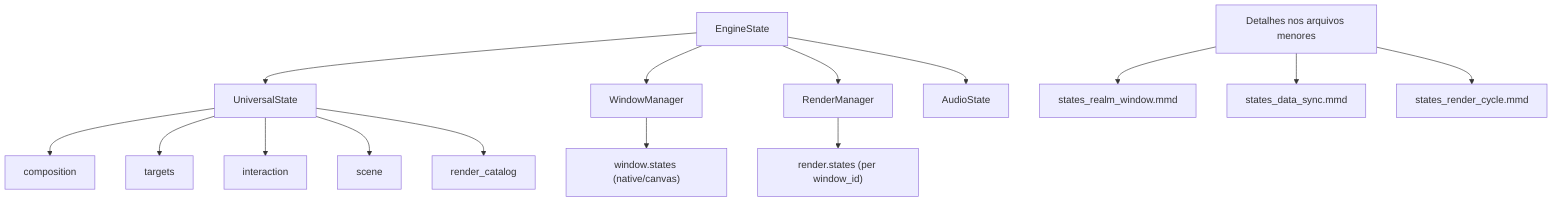
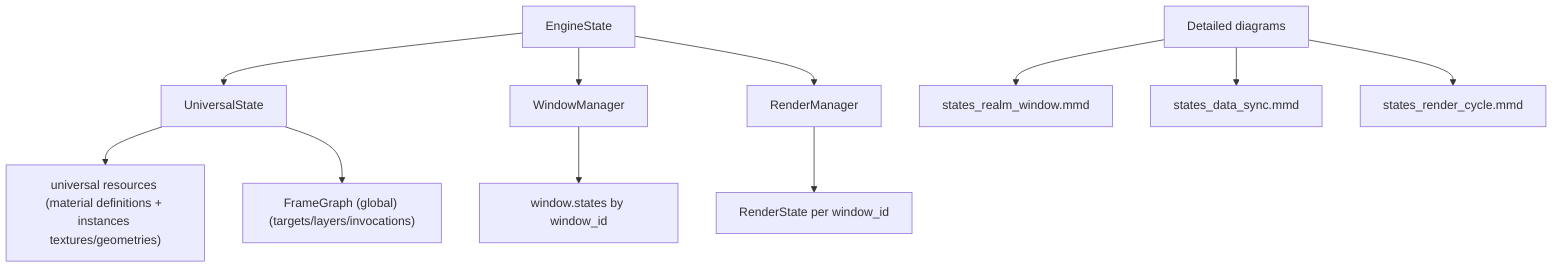
flowchart TB
  ES["EngineState"]
  US["UniversalState"]
  WM["WindowManager"]
  RM["RenderManager"]
-   AS["AudioState"]

  ES --> US
  ES --> WM
  ES --> RM
-   ES --> AS

-   USC["composition"]
-   UST["targets"]
-   USI["interaction"]
-   USS["scene"]
-   URC["render_catalog"]
-   WIN["window.states (native/canvas)"]
-   RST["render.states (per window_id)"]
+   UR["universal resources (material definitions + instances textures/geometries)"]
+   FG["FrameGraph (global) (targets/layers/invocations)"]
+   RST["RenderState per window_id"]
+   WS["window.states by window_id"]

-   US --> USC
-   US --> UST
-   US --> USI
-   US --> USS
-   US --> URC
-   WM --> WIN
+   US --> UR
+   US --> FG
+   WM --> WS
  RM --> RST

-   NOTE["Detalhes nos arquivos menores"]
+   NOTE["Detailed diagrams"]
  D1["states_realm_window.mmd"]
  D2["states_data_sync.mmd"]
  D3["states_render_cycle.mmd"]

  NOTE --> D1
  NOTE --> D2
  NOTE --> D3
